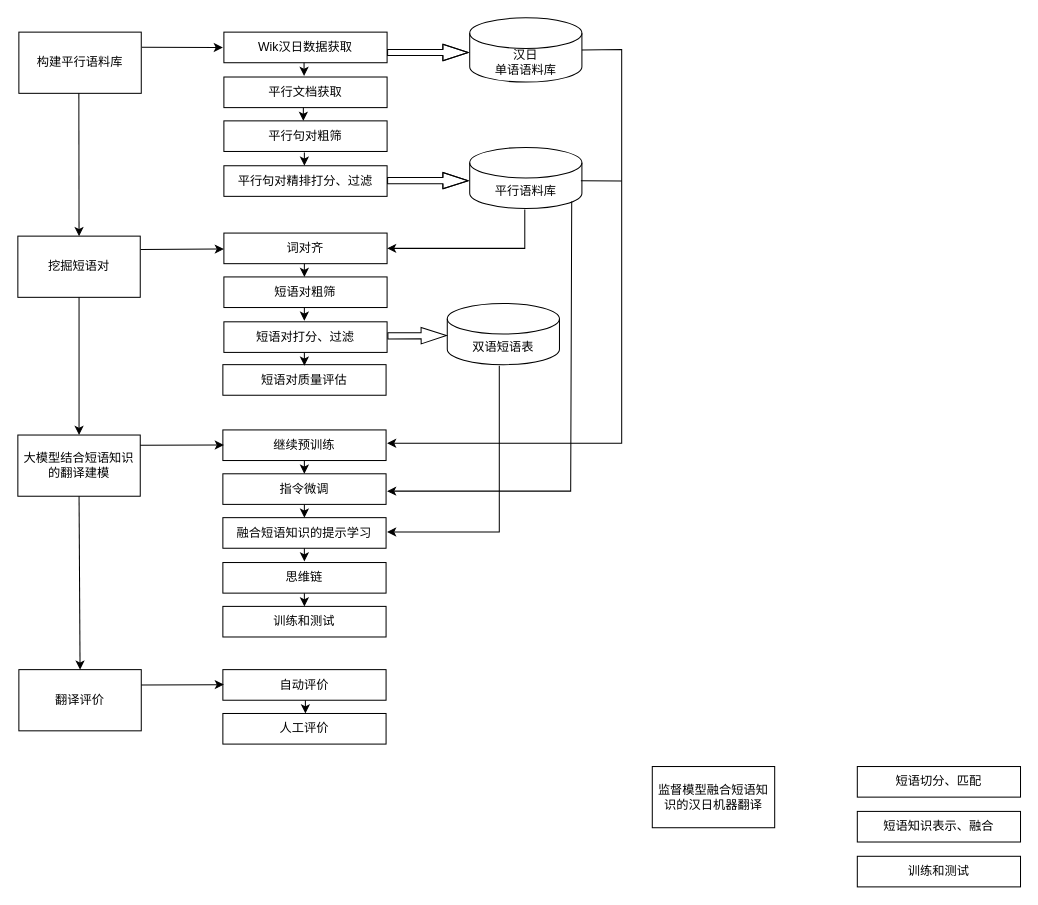
lizezhonglaile/drawio keeps this draw.io diagram as 2024教育部社科项目.drawio. Above is the earlier version. Source tidied: cells renumbered, new cells numbered last; positions are measured from the earlier drawing's top-left corner, leaving out a move shared by most shapes. Both pictures are drawn from the tidied source at 102%, with x=0, y=0 at pixel (17, 17).
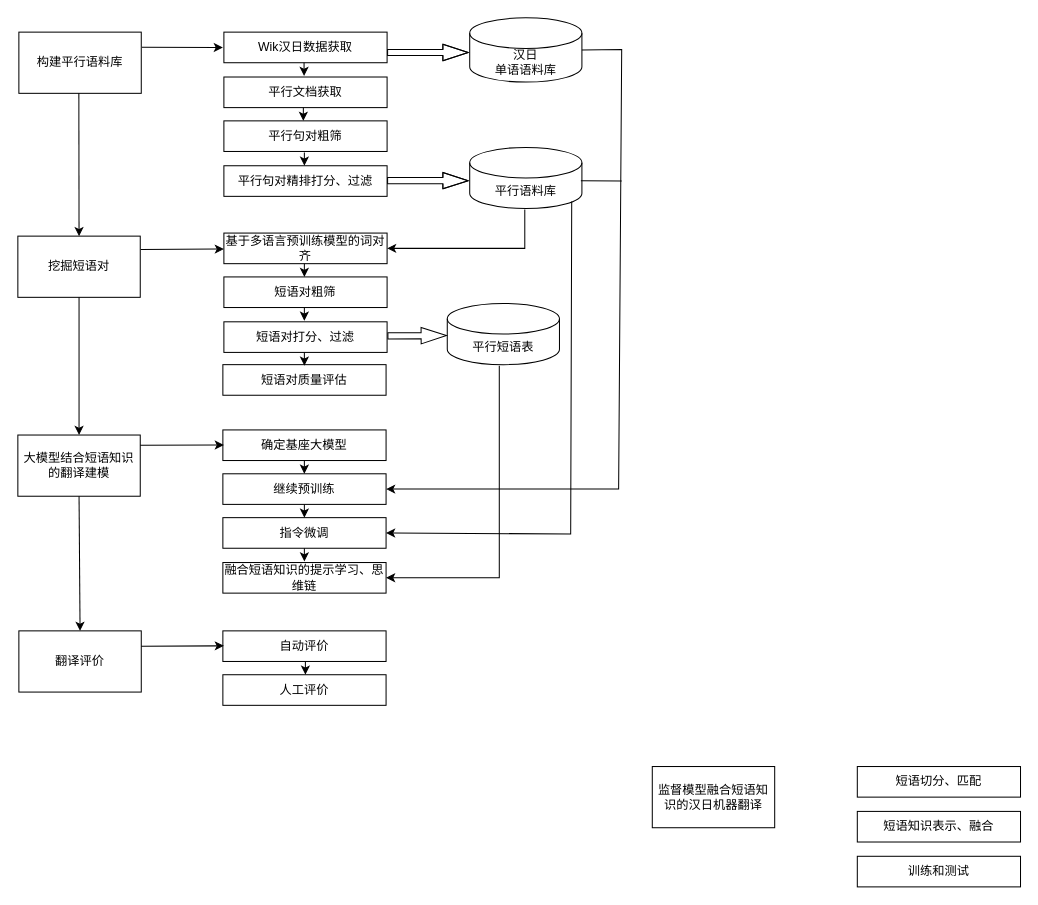
Above is the later version.

Commit message:
更新2024教育部社科项目.drawio

The change refers to these unchanged cells:
```xml
<mxCell id="11" value="汉日&lt;div&gt;单语语料库&lt;/div&gt;" style="shape=cylinder3;whiteSpace=wrap;html=1;boundedLbl=1;backgroundOutline=1;size=15;" parent="1" vertex="1">
  <mxGeometry x="443" width="110" height="63" as="geometry" />
</mxCell>
```

Diff of the diagram source:
```diff
@@
-    <mxCell id="14" value="词对齐" style="rounded=0;whiteSpace=wrap;html=1;" parent="1" vertex="1">
+    <mxCell id="14" value="基于多语言预训练模型的词对齐" style="rounded=0;whiteSpace=wrap;html=1;" parent="1" vertex="1">
       <mxGeometry x="202" y="211" width="160" height="30" as="geometry" />
     </mxCell>
@@
-    <mxCell id="17" value="双语短语表" style="shape=cylinder3;whiteSpace=wrap;html=1;boundedLbl=1;backgroundOutline=1;size=15;" parent="1" vertex="1">
+    <mxCell id="17" value="平行短语表" style="shape=cylinder3;whiteSpace=wrap;html=1;boundedLbl=1;backgroundOutline=1;size=15;" parent="1" vertex="1">
       <mxGeometry x="421" y="280" width="110" height="60" as="geometry" />
     </mxCell>
@@
-    <mxCell id="22" value="融合短语知识的提示学习" style="rounded=0;whiteSpace=wrap;html=1;" parent="1" vertex="1">
+    <mxCell id="22" value="指令微调" style="rounded=0;whiteSpace=wrap;html=1;" parent="1" vertex="1">
       <mxGeometry x="201" y="490" width="160" height="30" as="geometry" />
     </mxCell>
-    <mxCell id="23" value="思维链" style="rounded=0;whiteSpace=wrap;html=1;" parent="1" vertex="1">
+    <mxCell id="23" value="融合短语知识的提示学习、思维链" style="rounded=0;whiteSpace=wrap;html=1;" parent="1" vertex="1">
       <mxGeometry x="201" y="534" width="160" height="30" as="geometry" />
     </mxCell>
-    <mxCell id="24" value="继续预训练" style="rounded=0;whiteSpace=wrap;html=1;" parent="1" vertex="1">
+    <mxCell id="24" value="确定基座大模型" style="rounded=0;whiteSpace=wrap;html=1;" parent="1" vertex="1">
       <mxGeometry x="201" y="404" width="160" height="30" as="geometry" />
     </mxCell>
-    <mxCell id="25" value="指令微调" style="rounded=0;whiteSpace=wrap;html=1;" parent="1" vertex="1">
+    <mxCell id="25" value="继续预训练" style="rounded=0;whiteSpace=wrap;html=1;" parent="1" vertex="1">
       <mxGeometry x="201" y="447" width="160" height="30" as="geometry" />
     </mxCell>
-    <mxCell id="26" value="训练和测试" style="rounded=0;whiteSpace=wrap;html=1;" parent="1" vertex="1">
-      <mxGeometry x="201" y="577" width="160" height="30" as="geometry" />
-    </mxCell>
     <mxCell id="27" value="翻译评价" style="rounded=0;whiteSpace=wrap;html=1;" parent="1" vertex="1">
-      <mxGeometry x="1" y="639" width="120" height="60" as="geometry" />
+      <mxGeometry x="1" y="601" width="120" height="60" as="geometry" />
     </mxCell>
@@
     <mxCell id="29" value="人工评价" style="rounded=0;whiteSpace=wrap;html=1;" parent="1" vertex="1">
-      <mxGeometry x="201" y="682" width="160" height="30" as="geometry" />
+      <mxGeometry x="201" y="644" width="160" height="30" as="geometry" />
     </mxCell>
     <mxCell id="30" value="自动评价" style="rounded=0;whiteSpace=wrap;html=1;" parent="1" vertex="1">
-      <mxGeometry x="201" y="639" width="160" height="30" as="geometry" />
+      <mxGeometry x="201" y="601" width="160" height="30" as="geometry" />
     </mxCell>
@@
     <mxCell id="34" style="endArrow=classic;html=1;rounded=0;entryX=-0.004;entryY=0.673;entryDx=0;entryDy=0;entryPerimeter=0;" parent="1" edge="1">
       <mxGeometry relative="1" as="geometry">
-        <mxPoint x="121" y="654" as="sourcePoint" />
-        <mxPoint x="202" y="653.7" as="targetPoint" />
+        <mxPoint x="121" y="616" as="sourcePoint" />
+        <mxPoint x="202" y="615.7" as="targetPoint" />
       </mxGeometry>
     </mxCell>
@@
     <mxCell id="41" style="endArrow=classic;html=1;rounded=0;" parent="1" edge="1">
       <mxGeometry relative="1" as="geometry">
-        <mxPoint x="281.9" y="669" as="sourcePoint" />
-        <mxPoint x="281.9" y="682" as="targetPoint" />
+        <mxPoint x="281.9" y="631" as="sourcePoint" />
+        <mxPoint x="281.9" y="644" as="targetPoint" />
       </mxGeometry>
     </mxCell>
@@
-    <mxCell id="45" style="endArrow=classic;html=1;rounded=0;" parent="1" edge="1">
-      <mxGeometry relative="1" as="geometry">
-        <mxPoint x="280.9" y="564" as="sourcePoint" />
-        <mxPoint x="280.9" y="577" as="targetPoint" />
-      </mxGeometry>
-    </mxCell>
@@
-    <mxCell id="50" style="endArrow=classic;html=1;rounded=0;entryX=1;entryY=0.5;entryDx=0;entryDy=0;" parent="1" edge="1">
+    <mxCell id="50" style="endArrow=classic;html=1;rounded=0;entryX=1;entryY=0.5;entryDx=0;entryDy=0;" parent="1" edge="1" target="23">
       <mxGeometry relative="1" as="geometry">
         <mxPoint x="472" y="341" as="sourcePoint" />
-        <mxPoint x="362" y="504" as="targetPoint" />
         <Array as="points">
-          <mxPoint x="472" y="504" />
+          <mxPoint x="472" y="549" />
         </Array>
       </mxGeometry>
     </mxCell>
-    <mxCell id="51" style="endArrow=classic;html=1;rounded=0;entryX=1;entryY=0.5;entryDx=0;entryDy=0;exitX=1;exitY=0.5;exitDx=0;exitDy=0;exitPerimeter=0;" parent="1" edge="1" source="11">
+    <mxCell id="51" style="endArrow=classic;html=1;rounded=0;entryX=1;entryY=0.5;entryDx=0;entryDy=0;exitX=1;exitY=0.5;exitDx=0;exitDy=0;exitPerimeter=0;" parent="1" edge="1" source="11" target="25">
       <mxGeometry relative="1" as="geometry">
-        <mxPoint x="362" y="417" as="targetPoint" />
         <Array as="points">
           <mxPoint x="592" y="31" />
-          <mxPoint x="592" y="417" />
+          <mxPoint x="589" y="462" />
         </Array>
       </mxGeometry>
     </mxCell>
@@
-    <mxCell id="53" style="endArrow=classic;html=1;rounded=0;" parent="1" edge="1">
+    <mxCell id="53" style="endArrow=classic;html=1;rounded=0;entryX=1;entryY=0.5;entryDx=0;entryDy=0;labelBorderColor=none;" parent="1" edge="1" target="22">
       <mxGeometry relative="1" as="geometry">
         <mxPoint x="543" y="180" as="sourcePoint" />
-        <mxPoint x="362" y="464" as="targetPoint" />
         <Array as="points">
-          <mxPoint x="542" y="464" />
+          <mxPoint x="542" y="506" />
         </Array>
       </mxGeometry>
     </mxCell>
```
